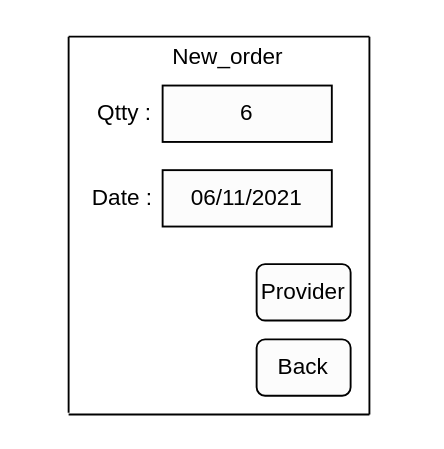
Earlier version of the draw.io diagram Mockup/Third_Iteration/New_order.drawio (20325-ecam/Projet_Bovelo). Source tidied: cells renumbered, new cells numbered last; positions are measured from the earlier drawing's top-left corner, leaving out a move shared by most shapes. Both pictures are drawn from the tidied source at 188%, with x=0, y=0 at pixel (68, 36).
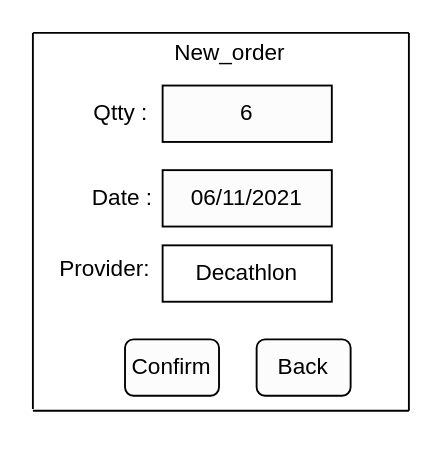
Above is the later version.

Change to the diagram source:
```diff
@@
 <mxGraphModel>
   <root>
     <mxCell id="0" />
     <mxCell id="1" parent="0" />
     <mxCell id="2" value="Qtty :" style="text;html=1;strokeColor=none;fillColor=none;align=center;verticalAlign=middle;whiteSpace=wrap;rounded=0;" parent="1" vertex="1">
-      <mxGeometry x="10" y="31" width="40" height="20" as="geometry" />
+      <mxGeometry x="8" y="31" width="40" height="20" as="geometry" />
     </mxCell>
     <mxCell id="3" value="Date :&amp;nbsp;" style="text;html=1;align=center;verticalAlign=middle;strokeColor=none;" parent="1" vertex="1">
       <mxGeometry x="5" y="76" width="50" height="20" as="geometry" />
     </mxCell>
     <mxCell id="4" style="endArrow=none;html=1;" parent="1" edge="1">
       <mxGeometry relative="1" as="geometry">
-        <mxPoint y="200" as="sourcePoint" />
-        <mxPoint as="targetPoint" />
+        <mxPoint x="-19" y="198" as="sourcePoint" />
+        <mxPoint x="-19" y="-2" as="targetPoint" />
+        <Array as="points">
+          <mxPoint x="-19" y="99" />
+        </Array>
       </mxGeometry>
     </mxCell>
     <mxCell id="5" style="endArrow=none;html=1;" parent="1" edge="1">
       <mxGeometry relative="1" as="geometry">
-        <mxPoint x="160" y="201" as="sourcePoint" />
-        <mxPoint x="160" as="targetPoint" />
+        <mxPoint x="181" y="199" as="sourcePoint" />
+        <mxPoint x="181" y="-2" as="targetPoint" />
       </mxGeometry>
     </mxCell>
     <mxCell id="6" value="6" style="rounded=0;whiteSpace=wrap;html=1;fillColor=#FCFCFC;" parent="1" vertex="1">
       <mxGeometry x="50" y="26" width="90" height="30" as="geometry" />
     </mxCell>
     <mxCell id="7" value="06/11/2021" style="rounded=0;whiteSpace=wrap;html=1;fillColor=#FCFCFC;" parent="1" vertex="1">
       <mxGeometry x="50" y="71" width="90" height="30" as="geometry" />
     </mxCell>
     <mxCell id="8" value="New_order" style="text;html=1;strokeColor=none;fillColor=none;align=center;verticalAlign=middle;whiteSpace=wrap;rounded=0;" parent="1" vertex="1">
-      <mxGeometry x="40" y="1" width="90" height="20" as="geometry" />
+      <mxGeometry x="41" y="-1" width="90" height="20" as="geometry" />
     </mxCell>
-    <mxCell id="9" value="Provider" style="rounded=1;whiteSpace=wrap;html=1;fillColor=#FCFCFC;" parent="1" vertex="1">
-      <mxGeometry x="100" y="121" width="50" height="30" as="geometry" />
-    </mxCell>
     <mxCell id="10" value="Back" style="rounded=1;whiteSpace=wrap;html=1;fillColor=#FCFCFC;" parent="1" vertex="1">
       <mxGeometry x="100" y="161" width="50" height="30" as="geometry" />
     </mxCell>
     <mxCell id="11" style="endArrow=none;html=1;" parent="1" edge="1">
       <mxGeometry relative="1" as="geometry">
-        <mxPoint as="sourcePoint" />
-        <mxPoint x="160" as="targetPoint" />
+        <mxPoint x="-19" y="-2" as="sourcePoint" />
+        <mxPoint x="181" y="-2" as="targetPoint" />
       </mxGeometry>
     </mxCell>
     <mxCell id="12" style="endArrow=none;html=1;" parent="1" edge="1">
       <mxGeometry relative="1" as="geometry">
-        <mxPoint y="201" as="sourcePoint" />
-        <mxPoint x="160" y="201" as="targetPoint" />
+        <mxPoint x="-19" y="199" as="sourcePoint" />
+        <mxPoint x="181" y="199" as="targetPoint" />
       </mxGeometry>
     </mxCell>
+    <mxCell id="13" value="Decathlon" style="rounded=0;whiteSpace=wrap;html=1;" parent="1" vertex="1">
+      <mxGeometry x="50" y="111" width="90" height="30" as="geometry" />
+    </mxCell>
+    <mxCell id="14" value="Provider:" style="text;html=1;align=center;verticalAlign=middle;strokeColor=none;" parent="1" vertex="1">
+      <mxGeometry x="-11" y="114" width="60" height="20" as="geometry" />
+    </mxCell>
+    <mxCell id="15" value="Confirm" style="rounded=1;whiteSpace=wrap;html=1;fillColor=#FCFCFC;" parent="1" vertex="1">
+      <mxGeometry x="30" y="161" width="50" height="30" as="geometry" />
+    </mxCell>
   </root>
 </mxGraphModel>
```
